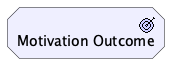
Before: doc/elements/motivation-outcome.plantuml.png, a diagram exported from PlantUML (SixArm/archimate-examples).
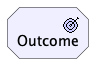
After the commit.

The edit, as a diff of the source:
```diff
@@ -1,4 +1,4 @@
 @startuml
 !include <archimate/Archimate>
-Motivation_Outcome(MO_01, "Motivation Outcome")
+Motivation_Outcome(Outcome, "Outcome")
 @enduml
```
